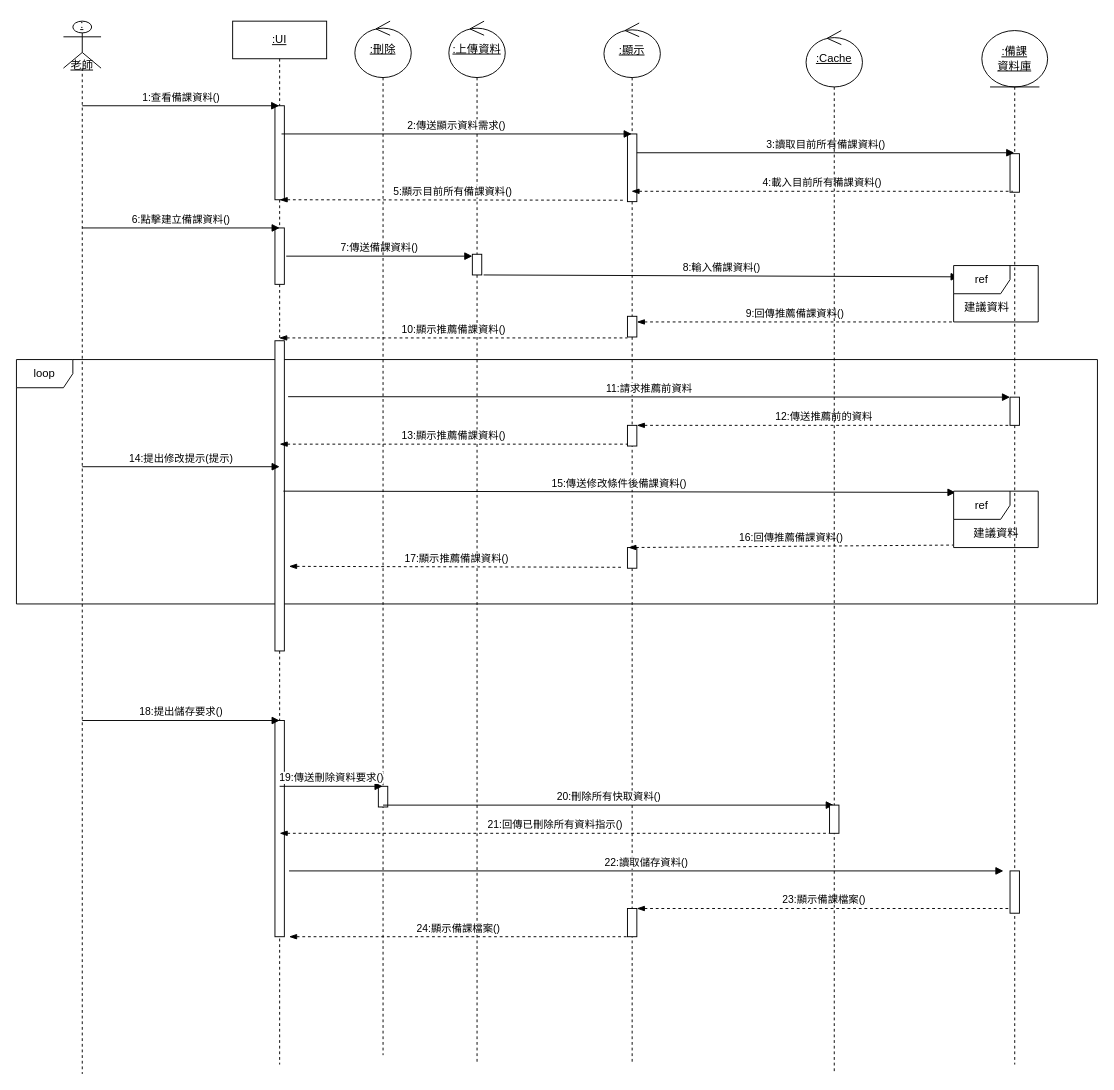
Above: 循序圖(建立備課資料-AC)-new.drawio in Kevincheng0804/System-analysis (draw.io), before the change. Source tidied: cells renumbered, new cells numbered last; positions are measured from the earlier drawing's top-left corner, leaving out a move shared by most shapes. Both pictures are drawn from the tidied source at 94%, with x=0, y=0 at pixel (16, 21).
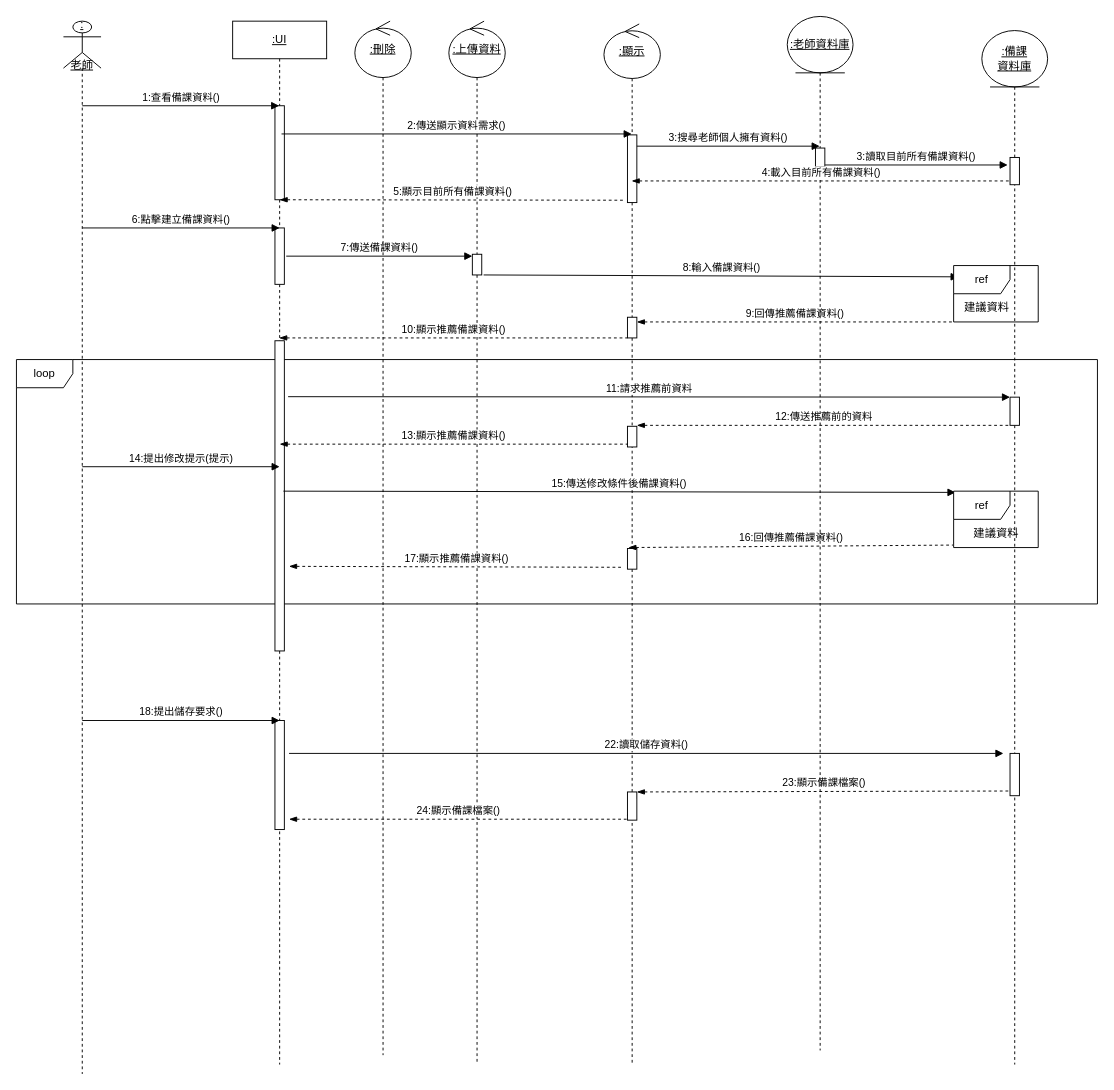
The same diagram, later.

Commit message:
更新循序圖(建立備課資料-AC)-new.drawio

The change refers to these unchanged cells:
```xml
<mxCell id="4" value="&lt;u&gt;:UI&lt;/u&gt;" style="shape=umlLifeline;perimeter=lifelinePerimeter;whiteSpace=wrap;html=1;outlineConnect=0;portConstraint=eastwest;newEdgeStyle={&quot;curved&quot;:0,&quot;rounded&quot;:0};" parent="1" vertex="1">
  <mxGeometry x="230" width="100" height="1110" as="geometry" />
</mxCell>
<mxCell id="17" value="&lt;u&gt;:備課&lt;br&gt;資料庫&lt;/u&gt;" style="shape=umlLifeline;perimeter=lifelinePerimeter;whiteSpace=wrap;html=1;outlineConnect=0;portConstraint=eastwest;newEdgeStyle={&quot;curved&quot;:0,&quot;rounded&quot;:0};participant=umlEntity;size=60;" parent="1" vertex="1">
  <mxGeometry x="1027" y="10" width="70" height="1100" as="geometry" />
</mxCell>
<mxCell id="42" value="&lt;u&gt;:刪除&lt;/u&gt;" style="shape=umlLifeline;perimeter=lifelinePerimeter;whiteSpace=wrap;html=1;newEdgeStyle={&quot;curved&quot;:0,&quot;rounded&quot;:0};participant=umlControl;size=60;" parent="1" vertex="1">
  <mxGeometry x="360" width="60" height="1100" as="geometry" />
</mxCell>
```

What changed in the source:
```diff
@@
     <mxCell id="8" style="html=1;perimeter=orthogonalPerimeter;targetShapes=umlLifeline;newEdgeStyle={&quot;curved&quot;:0,&quot;rounded&quot;:0};" parent="4" vertex="1">
-      <mxGeometry x="45" y="744" width="10" height="230" as="geometry" />
+      <mxGeometry x="45" y="744" width="10" height="116" as="geometry" />
     </mxCell>
@@
     <mxCell id="11" value="&lt;u&gt;:顯示&lt;/u&gt;" style="shape=umlLifeline;perimeter=lifelinePerimeter;whiteSpace=wrap;html=1;outlineConnect=0;portConstraint=eastwest;newEdgeStyle={&quot;curved&quot;:0,&quot;rounded&quot;:0};participant=umlControl;size=58;" parent="1" vertex="1">
-      <mxGeometry x="625" y="2" width="60" height="1108" as="geometry" />
+      <mxGeometry x="625" y="3" width="60" height="1108" as="geometry" />
     </mxCell>
@@
-    <mxCell id="16" style="html=1;perimeter=orthogonalPerimeter;targetShapes=umlLifeline;newEdgeStyle={&quot;curved&quot;:0,&quot;rounded&quot;:0};" parent="11" vertex="1">
-      <mxGeometry x="25" y="942" width="10" height="30" as="geometry" />
-    </mxCell>
@@
     <mxCell id="18" style="html=1;perimeter=orthogonalPerimeter;targetShapes=umlLifeline;newEdgeStyle={&quot;curved&quot;:0,&quot;rounded&quot;:0};" parent="17" vertex="1">
-      <mxGeometry x="30" y="131" width="10" height="41" as="geometry" />
+      <mxGeometry x="30" y="135" width="10" height="29" as="geometry" />
     </mxCell>
     <mxCell id="19" style="html=1;points=[[0,0,0,0,5],[0,1,0,0,-5],[1,0,0,0,5],[1,1,0,0,-5]];perimeter=orthogonalPerimeter;outlineConnect=0;targetShapes=umlLifeline;portConstraint=eastwest;newEdgeStyle={&quot;curved&quot;:0,&quot;rounded&quot;:0};" parent="17" vertex="1">
-      <mxGeometry x="30" y="894" width="10" height="45" as="geometry" />
+      <mxGeometry x="30" y="769" width="10" height="45" as="geometry" />
     </mxCell>
@@
-    <mxCell id="23" value="3:讀取目前所有備課資料()" style="html=1;verticalAlign=bottom;endArrow=block;curved=0;rounded=0;" parent="1" edge="1" target="17">
+    <mxCell id="23" value="3:搜尋老師個人擁有資料()" style="html=1;verticalAlign=bottom;endArrow=block;curved=0;rounded=0;" parent="1" edge="1">
       <mxGeometry relative="1" as="geometry">
-        <mxPoint x="660" y="140" as="sourcePoint" />
+        <mxPoint x="660" y="133" as="sourcePoint" />
+        <mxPoint x="854.5" y="133" as="targetPoint" />
       </mxGeometry>
     </mxCell>
-    <mxCell id="24" value="4:載入目前所有備課資料()" style="html=1;verticalAlign=bottom;endArrow=none;curved=0;rounded=0;dashed=1;startArrow=blockThin;startFill=1;endFill=0;" parent="1" edge="1">
-      <mxGeometry relative="1" as="geometry">
-        <mxPoint x="654.3" y="181" as="sourcePoint" />
-        <mxPoint x="1060" y="181" as="targetPoint" />
-      </mxGeometry>
-    </mxCell>
@@
-    <mxCell id="43" style="html=1;perimeter=orthogonalPerimeter;targetShapes=umlLifeline;newEdgeStyle={&quot;curved&quot;:0,&quot;rounded&quot;:0};" parent="42" vertex="1">
-      <mxGeometry x="25" y="814" width="10" height="22" as="geometry" />
-    </mxCell>
@@
-    <mxCell id="45" value="19:傳送刪除資料要求()" style="html=1;verticalAlign=bottom;endArrow=block;curved=0;rounded=0;" parent="1" edge="1">
-      <mxGeometry relative="1" as="geometry">
-        <mxPoint x="280" y="814" as="sourcePoint" />
-        <mxPoint x="389.5" y="814" as="targetPoint" />
-      </mxGeometry>
-    </mxCell>
-    <mxCell id="46" value="20:刪除所有快取資料()" style="html=1;verticalAlign=bottom;endArrow=block;curved=0;rounded=0;" parent="1" edge="1" target="51">
-      <mxGeometry relative="1" as="geometry">
-        <mxPoint x="390" y="834" as="sourcePoint" />
-      </mxGeometry>
-    </mxCell>
-    <mxCell id="47" value="21:回傳已刪除所有資料指示()" style="html=1;verticalAlign=bottom;endArrow=none;curved=0;rounded=0;dashed=1;startArrow=blockThin;startFill=1;endFill=0;" parent="1" edge="1" target="52">
-      <mxGeometry relative="1" as="geometry">
-        <mxPoint x="280" y="864" as="sourcePoint" />
-      </mxGeometry>
-    </mxCell>
     <mxCell id="48" value="22:讀取儲存資料()" style="html=1;verticalAlign=bottom;endArrow=block;curved=0;rounded=0;" parent="1" edge="1">
       <mxGeometry relative="1" as="geometry">
-        <mxPoint x="290" y="904" as="sourcePoint" />
-        <mxPoint x="1050" y="904" as="targetPoint" />
+        <mxPoint x="290" y="779" as="sourcePoint" />
+        <mxPoint x="1050" y="779" as="targetPoint" />
       </mxGeometry>
     </mxCell>
-    <mxCell id="49" value="23:顯示備課檔案()" style="html=1;verticalAlign=bottom;endArrow=none;curved=0;rounded=0;dashed=1;startArrow=blockThin;startFill=1;endFill=0;entryX=0;entryY=1;entryDx=0;entryDy=-5;entryPerimeter=0;" parent="1" edge="1" target="19">
-      <mxGeometry relative="1" as="geometry">
-        <mxPoint x="660" y="944" as="sourcePoint" />
-      </mxGeometry>
+    <mxCell id="49" value="23:顯示備課檔案()" style="html=1;verticalAlign=bottom;endArrow=none;curved=0;rounded=0;dashed=1;startArrow=blockThin;startFill=1;endFill=0;entryX=0;entryY=1;entryDx=0;entryDy=-5;entryPerimeter=0;" parent="1" edge="1" source="57" target="19">
+      <mxGeometry relative="1" as="geometry" />
     </mxCell>
     <mxCell id="50" value="24:顯示備課檔案()" style="html=1;verticalAlign=bottom;endArrow=none;curved=0;rounded=0;dashed=1;startArrow=blockThin;startFill=1;endFill=0;entryX=0;entryY=1;entryDx=0;entryDy=-5;entryPerimeter=0;" parent="1" edge="1">
       <mxGeometry relative="1" as="geometry">
-        <mxPoint x="290" y="974" as="sourcePoint" />
-        <mxPoint x="650" y="974" as="targetPoint" />
+        <mxPoint x="290" y="849" as="sourcePoint" />
+        <mxPoint x="650" y="849" as="targetPoint" />
       </mxGeometry>
     </mxCell>
-    <mxCell id="51" value="&lt;u&gt;:Cache&lt;/u&gt;" style="shape=umlLifeline;perimeter=lifelinePerimeter;whiteSpace=wrap;html=1;outlineConnect=0;portConstraint=eastwest;newEdgeStyle={&quot;curved&quot;:0,&quot;rounded&quot;:0};participant=umlControl;size=60;" parent="1" vertex="1">
-      <mxGeometry x="840" y="10" width="60" height="1110" as="geometry" />
-    </mxCell>
-    <mxCell id="52" style="html=1;points=[[0,0,0,0,5],[0,1,0,0,-5],[1,0,0,0,5],[1,1,0,0,-5]];perimeter=orthogonalPerimeter;outlineConnect=0;targetShapes=umlLifeline;portConstraint=eastwest;newEdgeStyle={&quot;curved&quot;:0,&quot;rounded&quot;:0};" parent="51" vertex="1">
-      <mxGeometry x="25" y="824" width="10" height="30" as="geometry" />
-    </mxCell>
+    <mxCell id="53" value="&lt;u&gt;:老師資料庫&lt;/u&gt;" style="shape=umlLifeline;perimeter=lifelinePerimeter;whiteSpace=wrap;html=1;newEdgeStyle={&quot;curved&quot;:0,&quot;rounded&quot;:0};participant=umlEntity;size=60;" parent="1" vertex="1">
+      <mxGeometry x="820" y="-5" width="70" height="1100" as="geometry" />
+    </mxCell>
+    <mxCell id="54" style="html=1;perimeter=orthogonalPerimeter;targetShapes=umlLifeline;newEdgeStyle={&quot;curved&quot;:0,&quot;rounded&quot;:0};" parent="53" vertex="1">
+      <mxGeometry x="30" y="140" width="10" height="20" as="geometry" />
+    </mxCell>
+    <mxCell id="55" value="3:讀取目前所有備課資料()" style="html=1;verticalAlign=bottom;endArrow=block;curved=0;rounded=0;" parent="1" edge="1">
+      <mxGeometry relative="1" as="geometry">
+        <mxPoint x="860" y="153" as="sourcePoint" />
+        <mxPoint x="1054.5" y="153" as="targetPoint" />
+      </mxGeometry>
+    </mxCell>
+    <mxCell id="24" value="4:載入目前所有備課資料()" style="html=1;verticalAlign=bottom;endArrow=none;curved=0;rounded=0;dashed=1;startArrow=blockThin;startFill=1;endFill=0;" parent="1" edge="1" source="11">
+      <mxGeometry relative="1" as="geometry">
+        <mxPoint x="1055.7" y="170" as="targetPoint" />
+      </mxGeometry>
+    </mxCell>
+    <mxCell id="56" style="html=1;verticalAlign=bottom;endArrow=none;curved=0;rounded=0;dashed=1;startArrow=blockThin;startFill=1;endFill=0;entryX=0;entryY=1;entryDx=0;entryDy=-5;entryPerimeter=0;" parent="1" edge="1" target="57">
+      <mxGeometry relative="1" as="geometry">
+        <mxPoint x="660" y="819" as="sourcePoint" />
+      </mxGeometry>
+    </mxCell>
+    <mxCell id="57" style="html=1;points=[[0,0,0,0,5],[0,1,0,0,-5],[1,0,0,0,5],[1,1,0,0,-5]];perimeter=orthogonalPerimeter;outlineConnect=0;targetShapes=umlLifeline;portConstraint=eastwest;newEdgeStyle={&quot;curved&quot;:0,&quot;rounded&quot;:0};" parent="1" vertex="1">
+      <mxGeometry x="650" y="820" width="10" height="30" as="geometry" />
+    </mxCell>
```
